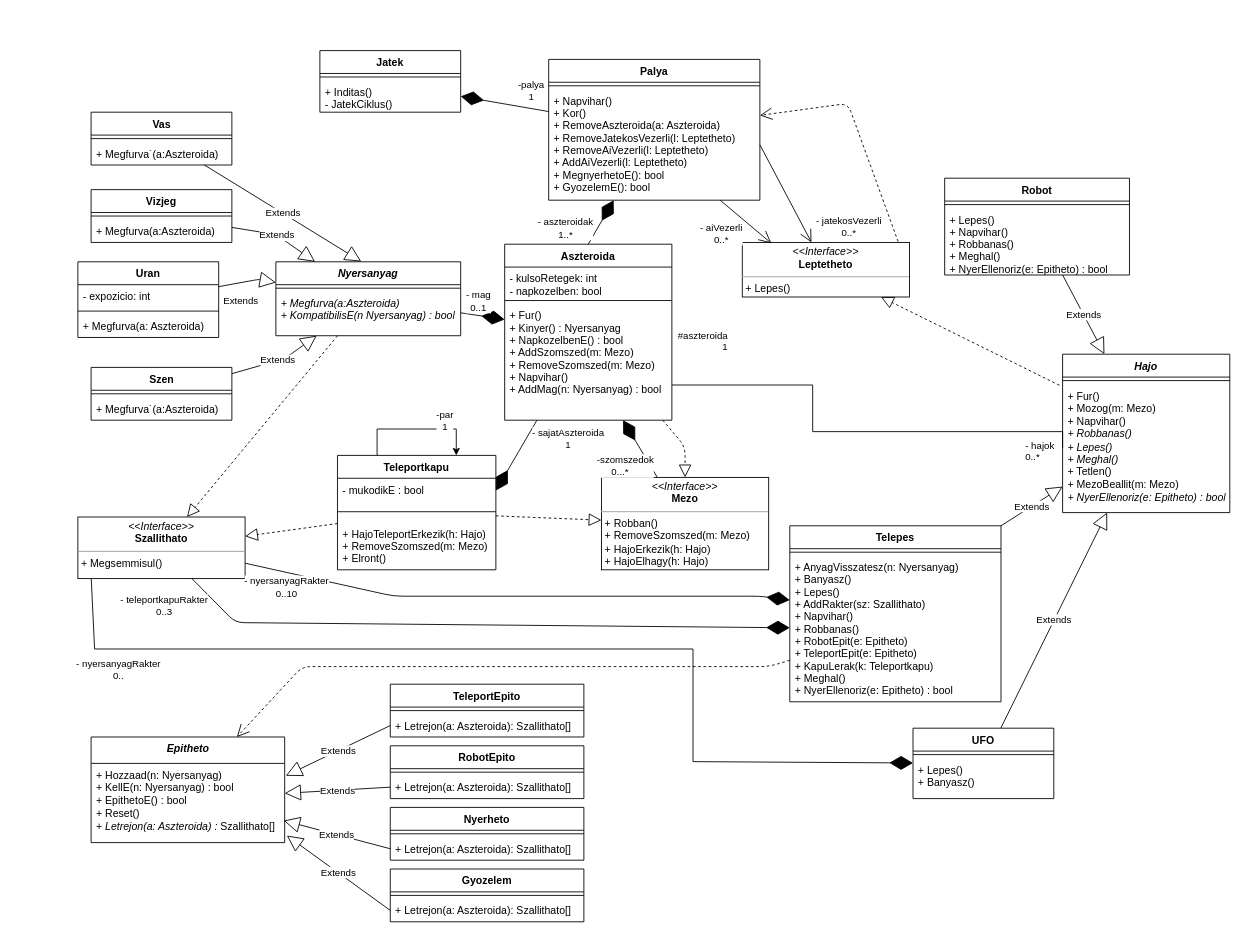
Before: doc/class.drawio in torpeBoiGo/aszteroidabanyaszat, a draw.io diagram. Source tidied: cells renumbered, new cells numbered last; positions are measured from the earlier drawing's top-left corner, leaving out a move shared by most shapes. Both pictures are drawn from the tidied source at 88%, with x=0, y=0 at pixel (77, 50).
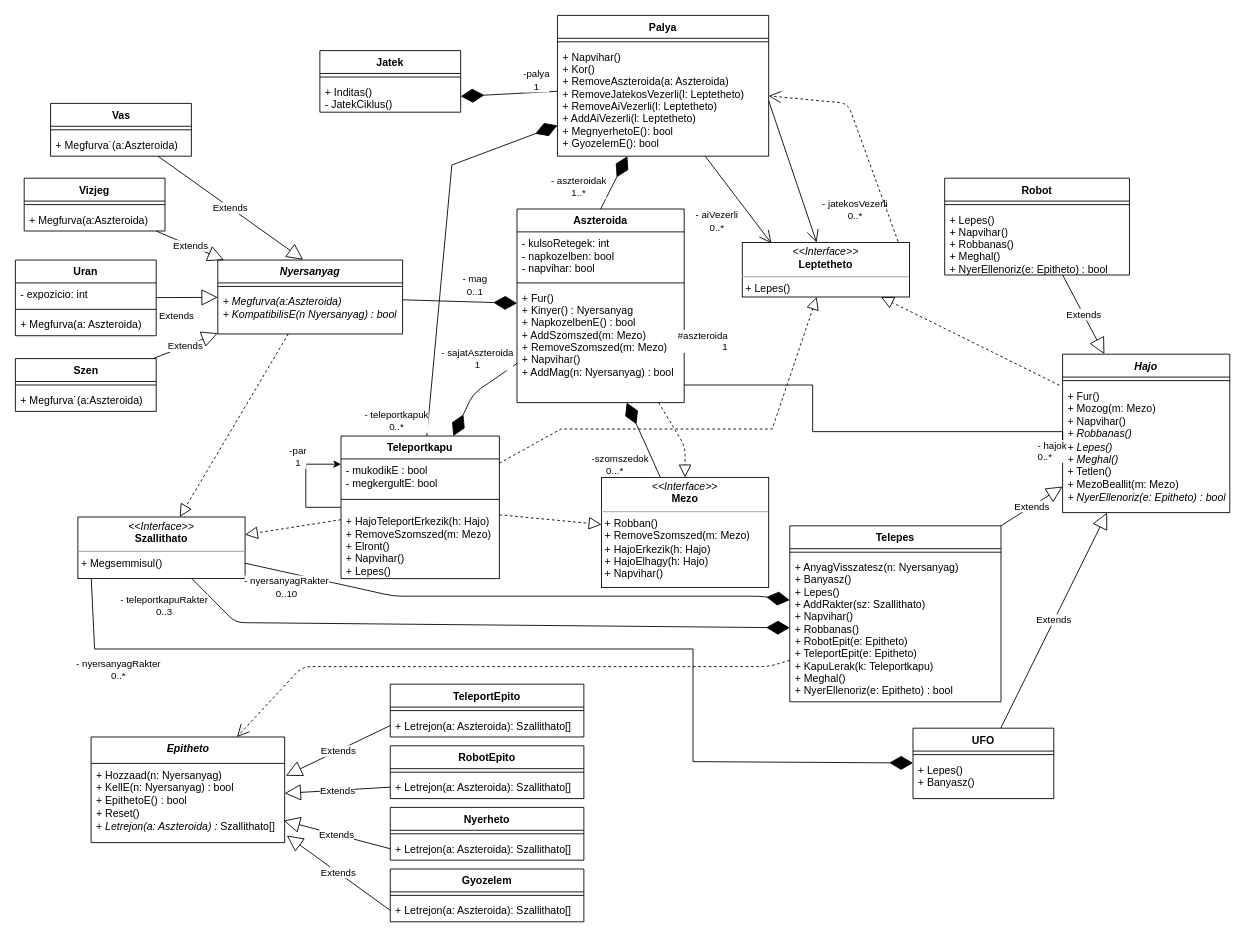
After the change.

Commit message:
teleportkapu napvihar, lepes()

The change refers to these unchanged cells:
```xml
<mxCell id="8" value="&lt;p style=&quot;margin: 0px ; margin-top: 4px ; text-align: center&quot;&gt;&lt;i&gt;&amp;lt;&amp;lt;Interface&amp;gt;&amp;gt;&lt;/i&gt;&lt;br&gt;&lt;b&gt;Leptetheto&lt;/b&gt;&lt;/p&gt;&lt;hr size=&quot;1&quot;&gt;&lt;p style=&quot;margin: 0px ; margin-left: 4px&quot;&gt;+ Lepes()&lt;/p&gt;" style="verticalAlign=top;align=left;overflow=fill;fontSize=12;fontFamily=Helvetica;html=1;" parent="1" vertex="1">
  <mxGeometry x="755" y="218" width="190" height="62" as="geometry" />
</mxCell>
<mxCell id="31" style="endArrow=diamondThin;endFill=1;endSize=24;html=1;entryX=1;entryY=0.5;entryDx=0;entryDy=0;" parent="1" edge="1" source="5" target="4">
  <mxGeometry relative="1" as="geometry" />
</mxCell>
<mxCell id="42" style="endArrow=diamondThin;endFill=1;endSize=24;html=1;" parent="1" edge="1" source="29" target="12">
  <mxGeometry relative="1" as="geometry" />
</mxCell>
<mxCell id="102" style="endArrow=diamondThin;endFill=1;endSize=24;html=1;rounded=0;exitX=0.08;exitY=1.002;exitDx=0;exitDy=0;exitPerimeter=0;" parent="1" edge="1" source="30" target="98">
  <mxGeometry relative="1" as="geometry">
    <Array as="points">
      <mxPoint x="19" y="680" />
      <mxPoint x="699" y="680" />
      <mxPoint x="699" y="808" />
    </Array>
  </mxGeometry>
</mxCell>
```

The edit, as a diff of the source:
```diff
@@
     <mxCell id="5" value="Palya" style="swimlane;fontStyle=1;align=center;verticalAlign=top;horizontal=1;startSize=26;" parent="1" vertex="1">
-      <mxGeometry x="535" y="10" width="240" height="160" as="geometry" />
+      <mxGeometry x="545" y="-40" width="240" height="160" as="geometry" />
     </mxCell>
@@
     <mxCell id="9" value="Aszteroida" style="swimlane;fontStyle=1;align=center;verticalAlign=top;horizontal=1;startSize=26;" parent="1" vertex="1">
-      <mxGeometry x="485" y="220" width="190" height="200" as="geometry" />
+      <mxGeometry x="499" y="180" width="190" height="220" as="geometry" />
     </mxCell>
-    <mxCell id="10" value="- kulsoRetegek: int&#10;- napkozelben: bool" style="text;strokeColor=none;fillColor=none;align=left;verticalAlign=top;spacingLeft=4;spacingRight=4;overflow=hidden;" parent="9" vertex="1">
-      <mxGeometry y="26" width="190" height="34" as="geometry" />
+    <mxCell id="10" value="- kulsoRetegek: int&#10;- napkozelben: bool&#10;- napvihar: bool" style="text;strokeColor=none;fillColor=none;align=left;verticalAlign=top;spacingLeft=4;spacingRight=4;overflow=hidden;" parent="9" vertex="1">
+      <mxGeometry y="26" width="190" height="54" as="geometry" />
     </mxCell>
     <mxCell id="11" style="line;strokeWidth=1;fillColor=none;align=left;verticalAlign=middle;spacingTop=-1;spacingLeft=3;spacingRight=3;labelPosition=right;" parent="9" vertex="1">
-      <mxGeometry y="60" width="190" height="8" as="geometry" />
+      <mxGeometry y="80" width="190" height="8" as="geometry" />
     </mxCell>
     <mxCell id="12" value="+ Fur()&#10;+ Kinyer() : Nyersanyag&#10;+ NapkozelbenE() : bool&#10;+ AddSzomszed(m: Mezo)&#10;+ RemoveSzomszed(m: Mezo)&#10;+ Napvihar()&#10;+ AddMag(n: Nyersanyag) : bool" style="text;strokeColor=none;fillColor=none;align=left;verticalAlign=top;spacingLeft=4;spacingRight=4;overflow=hidden;points=[[0,0.5],[1,0.5]];portConstraint=eastwest;" parent="9" vertex="1">
-      <mxGeometry y="68" width="190" height="132" as="geometry" />
+      <mxGeometry y="88" width="190" height="132" as="geometry" />
     </mxCell>
@@
     <mxCell id="22" value="Nyersanyag" style="swimlane;fontStyle=3;align=center;verticalAlign=top;horizontal=1;startSize=26;" parent="1" vertex="1">
-      <mxGeometry x="225" y="240" width="210" height="84" as="geometry" />
+      <mxGeometry x="159" y="238" width="210" height="84" as="geometry" />
     </mxCell>
@@
     <mxCell id="25" value="Teleportkapu" style="swimlane;fontStyle=1;align=center;verticalAlign=top;horizontal=1;startSize=26;" parent="1" vertex="1">
-      <mxGeometry x="295" y="460" width="180" height="130" as="geometry" />
+      <mxGeometry x="299" y="438" width="180" height="162" as="geometry" />
     </mxCell>
-    <mxCell id="26" value="- mukodikE : bool" style="text;strokeColor=none;fillColor=none;align=left;verticalAlign=top;spacingLeft=4;spacingRight=4;overflow=hidden;" parent="25" vertex="1">
-      <mxGeometry y="26" width="180" height="26" as="geometry" />
+    <mxCell id="26" value="- mukodikE : bool&#10;- megkergultE: bool" style="text;strokeColor=none;fillColor=none;align=left;verticalAlign=top;spacingLeft=4;spacingRight=4;overflow=hidden;" parent="25" vertex="1">
+      <mxGeometry y="26" width="180" height="34" as="geometry" />
     </mxCell>
     <mxCell id="27" style="line;strokeWidth=1;fillColor=none;align=left;verticalAlign=middle;spacingTop=-1;spacingLeft=3;spacingRight=3;labelPosition=right;" parent="25" vertex="1">
-      <mxGeometry y="52" width="180" height="24" as="geometry" />
+      <mxGeometry y="60" width="180" height="24" as="geometry" />
     </mxCell>
-    <mxCell id="28" value="+ HajoTeleportErkezik(h: Hajo)&#10;+ RemoveSzomszed(m: Mezo)&#10;+ Elront()" style="text;strokeColor=none;fillColor=none;align=left;verticalAlign=top;spacingLeft=4;spacingRight=4;overflow=hidden;" parent="25" vertex="1">
-      <mxGeometry y="76" width="180" height="54" as="geometry" />
+    <mxCell id="28" value="+ HajoTeleportErkezik(h: Hajo)&#10;+ RemoveSzomszed(m: Mezo)&#10;+ Elront()&#10;+ Napvihar()&#10;+ Lepes()" style="text;strokeColor=none;fillColor=none;align=left;verticalAlign=top;spacingLeft=4;spacingRight=4;overflow=hidden;" parent="25" vertex="1">
+      <mxGeometry y="84" width="180" height="78" as="geometry" />
     </mxCell>
-    <mxCell id="29" value="&lt;p style=&quot;margin: 0px ; margin-top: 4px ; text-align: center&quot;&gt;&lt;i&gt;&amp;lt;&amp;lt;Interface&amp;gt;&amp;gt;&lt;/i&gt;&lt;br&gt;&lt;b&gt;Mezo&lt;/b&gt;&lt;/p&gt;&lt;hr size=&quot;1&quot;&gt;&lt;p style=&quot;margin: 0px ; margin-left: 4px&quot;&gt;+ Robban()&lt;/p&gt;&lt;p style=&quot;margin: 0px ; margin-left: 4px&quot;&gt;+ RemoveSzomszed(m: Mezo)&lt;/p&gt;&lt;p style=&quot;margin: 0px ; margin-left: 4px&quot;&gt;+ HajoErkezik(h: Hajo)&lt;/p&gt;&lt;p style=&quot;margin: 0px ; margin-left: 4px&quot;&gt;+ HajoElhagy(h: Hajo)&lt;/p&gt;" style="verticalAlign=top;align=left;overflow=fill;fontSize=12;fontFamily=Helvetica;html=1;" parent="1" vertex="1">
-      <mxGeometry x="595" y="485" width="190" height="105" as="geometry" />
+    <mxCell id="29" value="&lt;p style=&quot;margin: 0px ; margin-top: 4px ; text-align: center&quot;&gt;&lt;i&gt;&amp;lt;&amp;lt;Interface&amp;gt;&amp;gt;&lt;/i&gt;&lt;br&gt;&lt;b&gt;Mezo&lt;/b&gt;&lt;/p&gt;&lt;hr size=&quot;1&quot;&gt;&lt;p style=&quot;margin: 0px ; margin-left: 4px&quot;&gt;+ Robban()&lt;/p&gt;&lt;p style=&quot;margin: 0px ; margin-left: 4px&quot;&gt;+ RemoveSzomszed(m: Mezo)&lt;/p&gt;&lt;p style=&quot;margin: 0px ; margin-left: 4px&quot;&gt;+ HajoErkezik(h: Hajo)&lt;/p&gt;&lt;p style=&quot;margin: 0px ; margin-left: 4px&quot;&gt;+ HajoElhagy(h: Hajo)&lt;/p&gt;&lt;p style=&quot;margin: 0px ; margin-left: 4px&quot;&gt;+ Napvihar()&lt;br&gt;&lt;/p&gt;" style="verticalAlign=top;align=left;overflow=fill;fontSize=12;fontFamily=Helvetica;html=1;" parent="1" vertex="1">
+      <mxGeometry x="595" y="485" width="190" height="125" as="geometry" />
     </mxCell>
@@
     <mxCell id="32" value="-palya&lt;br&gt;1" style="edgeLabel;html=1;align=center;verticalAlign=middle;" parent="31" vertex="1">
       <mxGeometry x="0.78" y="3" relative="1" as="geometry">
-        <mxPoint x="68.9" y="-11" as="offset" />
+        <mxPoint x="72.9" y="-20.4" as="offset" />
       </mxGeometry>
     </mxCell>
@@
     <mxCell id="43" value="&amp;nbsp; &amp;nbsp; -szomszedok&lt;br&gt;0...*" style="edgeLabel;html=1;align=center;verticalAlign=middle;" parent="42" vertex="1">
       <mxGeometry x="0.43" y="3" relative="1" as="geometry">
-        <mxPoint x="-12.3" y="31.5" as="offset" />
+        <mxPoint x="-22.6" y="45" as="offset" />
       </mxGeometry>
     </mxCell>
@@
     <mxCell id="51" value="Szen" style="swimlane;fontStyle=1;align=center;verticalAlign=top;horizontal=1;startSize=26;html=1;" parent="1" vertex="1">
-      <mxGeometry x="15" y="360" width="160" height="60" as="geometry" />
+      <mxGeometry x="-71" y="350" width="160" height="60" as="geometry" />
     </mxCell>
@@
-    <mxCell id="54" style="edgeStyle=orthogonalEdgeStyle;rounded=0;orthogonalLoop=1;jettySize=auto;html=1;exitX=0.25;exitY=0;exitDx=0;exitDy=0;entryX=0.75;entryY=0;entryDx=0;entryDy=0;" parent="1" edge="1" source="25" target="25">
+    <mxCell id="54" style="edgeStyle=orthogonalEdgeStyle;rounded=0;orthogonalLoop=1;jettySize=auto;html=1;" parent="1" edge="1" source="25" target="25">
       <mxGeometry relative="1" as="geometry">
         <Array as="points">
-          <mxPoint x="340" y="430" />
-          <mxPoint x="430" y="430" />
+          <mxPoint x="259" y="519" />
+          <mxPoint x="259" y="470" />
         </Array>
       </mxGeometry>
     </mxCell>
     <mxCell id="55" value="-par&lt;br&gt;1" style="edgeLabel;html=1;align=center;verticalAlign=middle;" parent="54" vertex="1">
       <mxGeometry x="0.34" relative="1" as="geometry">
-        <mxPoint x="5" y="-10" as="offset" />
+        <mxPoint x="-10" y="-11.7" as="offset" />
       </mxGeometry>
     </mxCell>
@@
     <mxCell id="58" value="Vizjeg" style="swimlane;fontStyle=1;align=center;verticalAlign=top;horizontal=1;startSize=26;" parent="1" vertex="1">
-      <mxGeometry x="15" y="158" width="160" height="60" as="geometry" />
+      <mxGeometry x="-61" y="145" width="160" height="60" as="geometry" />
     </mxCell>
@@
     <mxCell id="61" value="Vas" style="swimlane;fontStyle=1;align=center;verticalAlign=top;horizontal=1;startSize=26;html=1;" parent="1" vertex="1">
-      <mxGeometry x="15" y="70" width="160" height="60" as="geometry" />
+      <mxGeometry x="-31" y="60" width="160" height="60" as="geometry" />
     </mxCell>
@@
     <mxCell id="64" value="Extends" style="endArrow=block;endSize=16;endFill=0;html=1;" parent="1" edge="1" source="51" target="22">
-      <mxGeometry relative="1" as="geometry">
-        <Array as="points">
-          <mxPoint x="235" y="350" />
-        </Array>
-      </mxGeometry>
+      <mxGeometry relative="1" as="geometry" />
     </mxCell>
     <mxCell id="65" value="Extends" style="endArrow=block;endSize=16;endFill=0;html=1;" parent="1" edge="1" source="58" target="22">
-      <mxGeometry relative="1" as="geometry">
-        <Array as="points">
-          <mxPoint x="225" y="209" />
-        </Array>
-      </mxGeometry>
+      <mxGeometry relative="1" as="geometry" />
     </mxCell>
     <mxCell id="66" value="Extends" style="endArrow=block;endSize=16;endFill=0;html=1;" parent="1" edge="1" source="94" target="22">
-      <mxGeometry x="-0.33" y="-20" relative="1" as="geometry">
-        <Array as="points">
-          <mxPoint x="205" y="260" />
-        </Array>
-      </mxGeometry>
+      <mxGeometry x="-0.33" y="-20" relative="1" as="geometry" />
     </mxCell>
     <mxCell id="67" style="endArrow=diamondThin;endFill=1;endSize=24;html=1;" parent="1" edge="1" source="9" target="25">
       <mxGeometry relative="1" as="geometry">
         <Array as="points">
-          <mxPoint x="475" y="500" />
+          <mxPoint x="449" y="390" />
         </Array>
       </mxGeometry>
     </mxCell>
     <mxCell id="68" value="- sajatAszteroida&lt;br&gt;1" style="edgeLabel;html=1;align=center;verticalAlign=middle;" parent="67" vertex="1">
       <mxGeometry x="-0.01" y="2" relative="1" as="geometry">
-        <mxPoint x="56.4" y="-20.5" as="offset" />
+        <mxPoint x="-0.9" y="-39.7" as="offset" />
       </mxGeometry>
     </mxCell>
@@
     <mxCell id="94" value="Uran" style="swimlane;fontStyle=1;align=center;verticalAlign=top;horizontal=1;startSize=26;" parent="1" vertex="1">
-      <mxGeometry y="240" width="160" height="86" as="geometry" />
+      <mxGeometry x="-71" y="238" width="160" height="86" as="geometry" />
     </mxCell>
@@
-    <mxCell id="103" value="- nyersanyagRakter&lt;br&gt;0.." style="edgeLabel;html=1;align=center;verticalAlign=middle;" parent="102" vertex="1">
+    <mxCell id="103" value="- nyersanyagRakter&lt;br&gt;0..*" style="edgeLabel;html=1;align=center;verticalAlign=middle;" parent="102" vertex="1">
       <mxGeometry x="0.89" y="-6" relative="1" as="geometry">
         <mxPoint x="-840.8" y="-111.7" as="offset" />
       </mxGeometry>
     </mxCell>
+    <mxCell id="104" style="endArrow=diamondThin;endFill=1;endSize=24;html=1;rounded=0;" parent="1" edge="1" source="25" target="5">
+      <mxGeometry relative="1" as="geometry">
+        <Array as="points">
+          <mxPoint x="425" y="130" />
+        </Array>
+      </mxGeometry>
+    </mxCell>
+    <mxCell id="105" value="- teleportkapuk&lt;br&gt;0..*" style="edgeLabel;html=1;align=center;verticalAlign=middle;" parent="104" vertex="1">
+      <mxGeometry x="0.45" y="1" relative="1" as="geometry">
+        <mxPoint x="-70.8" y="293.7" as="offset" />
+      </mxGeometry>
+    </mxCell>
+    <mxCell id="106" style="endArrow=block;dashed=1;endFill=0;endSize=12;html=1;rounded=0;" parent="1" edge="1" source="25" target="8">
+      <mxGeometry relative="1" as="geometry">
+        <Array as="points">
+          <mxPoint x="549" y="430" />
+          <mxPoint x="789" y="430" />
+        </Array>
+      </mxGeometry>
+    </mxCell>
```
